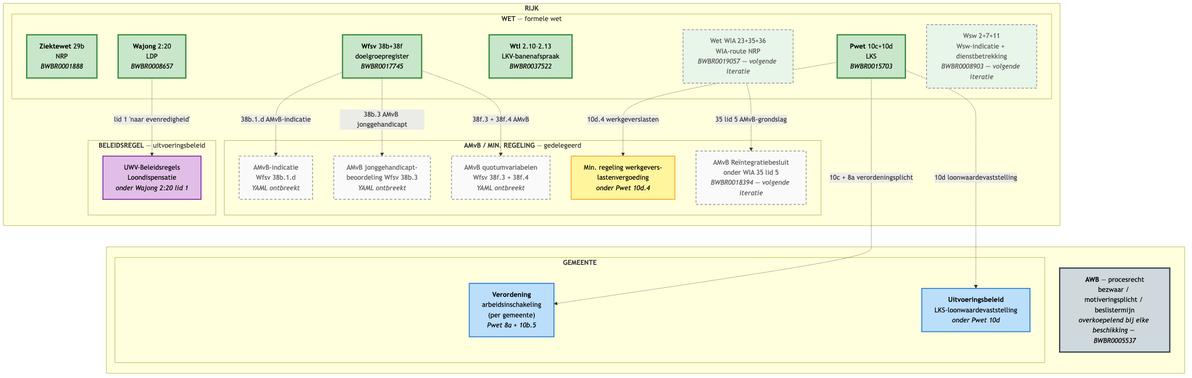
The Mermaid diagram docs/financieel-cv/stelsel-banenafspraak-grondslagen-geheel.png in MinBZK/regelrecht, before a commit. Its source is kept beside it as docs/financieel-cv/stelsel-banenafspraak-grondslagen-geheel.mmd.
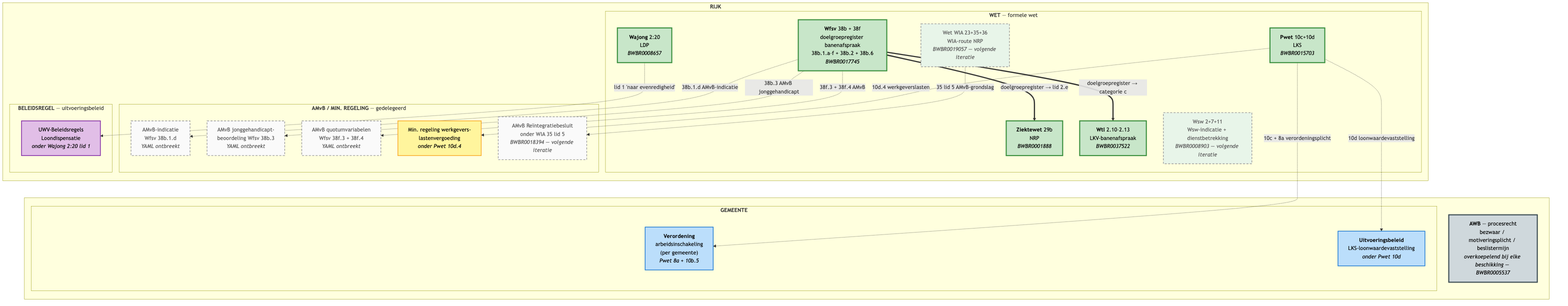
The same file after the commit.

What changed in the source:
```diff
@@ -17,7 +17,7 @@
       WAJ["<b>Wajong</b> 2:20<br/>LDP<br/><i>BWBR0008657</i>"]:::wet_in
       PWET["<b>Pwet</b> 10c+10d<br/>LKS<br/><i>BWBR0015703</i>"]:::wet_in
       WTL["<b>Wtl</b> 2.10&ndash;2.13<br/>LKV-banenafspraak<br/><i>BWBR0037522</i>"]:::wet_in
-      WFSV["<b>Wfsv</b> 38b+38f<br/>doelgroepregister<br/><i>BWBR0017745</i>"]:::wet_in
+      WFSV["<b>Wfsv</b> 38b + 38f<br/>doelgroepregister banenafspraak<br/>38b.1.a&ndash;f + 38b.2 + 38b.6<br/><i>BWBR0017745</i>"]:::wet_in
       WIA["Wet WIA 23+35+36<br/>WIA-route NRP<br/><i>BWBR0019057 &mdash; volgende iteratie</i>"]:::wet_uit
       WSW["Wsw 2+7+11<br/>Wsw-indicatie + dienstbetrekking<br/><i>BWBR0008903 &mdash; volgende iteratie</i>"]:::wet_uit
     end
@@ -57,3 +57,6 @@
   WIA -. "35 lid 5 AMvB-grondslag" .-> AMVB_REI
   PWET -. "10c + 8a verordeningsplicht" .-> GEM_VOR
   PWET -. "10d loonwaardevaststelling" .-> GEM_BEL
+
+  WFSV == "doelgroepregister &rarr; lid 2.e" ==> ZW
+  WFSV == "doelgroepregister &rarr; categorie c" ==> WTL
```
